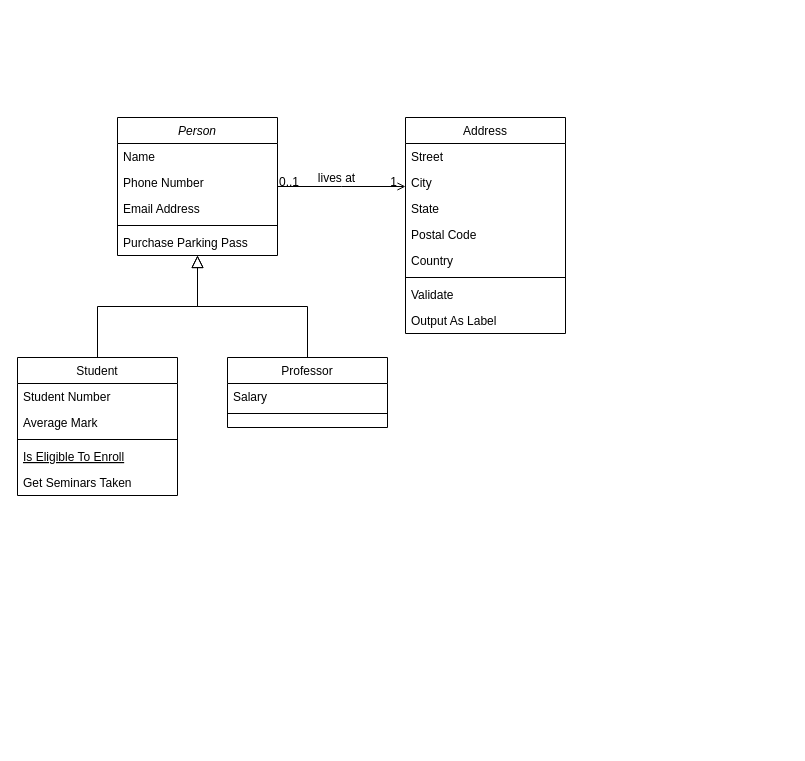
NemirovichMark/Example keeps this draw.io diagram as Диаграмма без названия.drawio. Above is the earlier version. Source tidied: cells renumbered, new cells numbered last; positions are measured from the earlier drawing's top-left corner, leaving out a move shared by most shapes. Both pictures are drawn from the tidied source at 100%, with x=0, y=0 at pixel (17, 117).
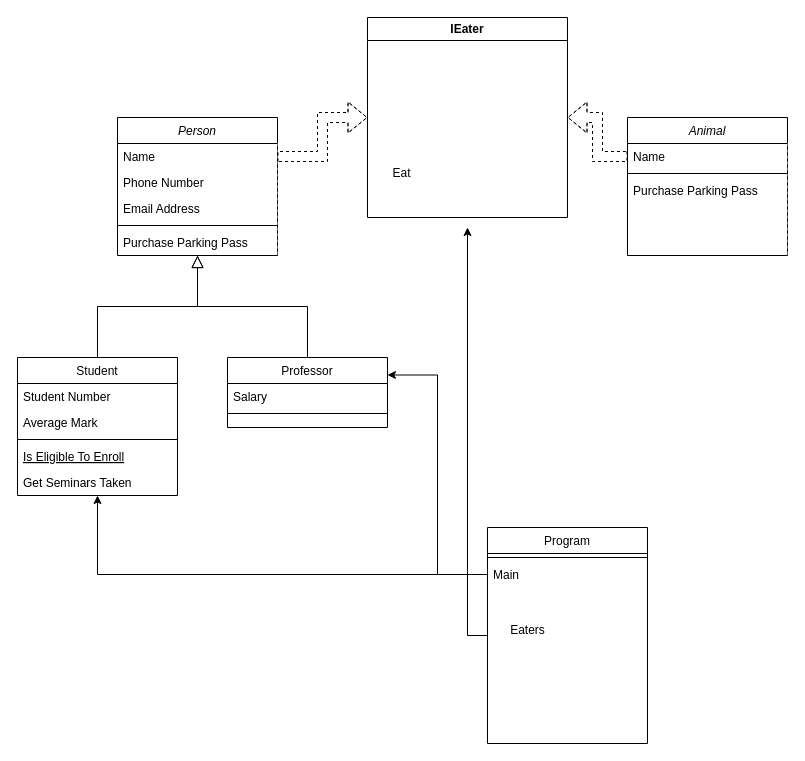
The same page after the edit.

Commit message:
Обновление Диаграмма class.drawio

Unchanged cells that the change refers to:
```xml
<mxCell id="3" value="Name" style="text;align=left;verticalAlign=top;spacingLeft=4;spacingRight=4;overflow=hidden;points=[[0,0.5],[1,0.5]];portConstraint=eastwest;" parent="2" vertex="1">
  <mxGeometry y="26" width="160" height="26" as="geometry" />
</mxCell>
<mxCell id="8" value="Student" style="swimlane;fontStyle=0;align=center;verticalAlign=top;horizontal=1;startSize=26;rounded=0;shadow=0;strokeWidth=1;" parent="1" vertex="1">
  <mxGeometry y="240" width="160" height="138" as="geometry" />
</mxCell>
<mxCell id="15" value="Professor" style="swimlane;fontStyle=0;align=center;verticalAlign=top;horizontal=1;startSize=26;rounded=0;shadow=0;strokeWidth=1;" parent="1" vertex="1">
  <mxGeometry x="210" y="240" width="160" height="70" as="geometry" />
</mxCell>
```

Change to the diagram source:
```diff
@@
-    <mxCell id="2" value="Person" style="swimlane;fontStyle=2;align=center;verticalAlign=top;horizontal=1;startSize=26;rounded=0;shadow=0;strokeWidth=1;" parent="1" vertex="1">
+    <mxCell id="2" value="Person" style="swimlane;fontStyle=2;align=center;verticalAlign=top;horizontal=1;startSize=26;rounded=0;shadow=0;strokeWidth=1;separatorColor=#666666;" parent="1" vertex="1">
       <mxGeometry x="100" width="160" height="138" as="geometry" />
     </mxCell>
@@
+    <mxCell id="32" style="edgeStyle=orthogonalEdgeStyle;rounded=0;jettySize=auto;html=1;" parent="1" edge="1" source="19">
+      <mxGeometry relative="1" as="geometry">
+        <mxPoint x="450" y="110" as="targetPoint" />
+      </mxGeometry>
+    </mxCell>
-    <mxCell id="19" value="Address" style="swimlane;fontStyle=0;align=center;verticalAlign=top;horizontal=1;startSize=26;rounded=0;shadow=0;strokeWidth=1;" parent="1" vertex="1">
-      <mxGeometry x="388" width="160" height="216" as="geometry" />
+    <mxCell id="19" value="Program" style="swimlane;fontStyle=0;align=center;verticalAlign=top;horizontal=1;startSize=26;rounded=0;shadow=0;strokeWidth=1;" parent="1" vertex="1">
+      <mxGeometry x="470" y="410" width="160" height="216" as="geometry" />
     </mxCell>
-    <mxCell id="20" value="Street" style="text;align=left;verticalAlign=top;spacingLeft=4;spacingRight=4;overflow=hidden;" parent="19" vertex="1">
-      <mxGeometry y="26" width="160" height="26" as="geometry" />
-    </mxCell>
-    <mxCell id="21" value="City" style="text;align=left;verticalAlign=top;spacingLeft=4;spacingRight=4;overflow=hidden;rounded=0;shadow=0;html=0;" parent="19" vertex="1">
-      <mxGeometry y="52" width="160" height="26" as="geometry" />
-    </mxCell>
-    <mxCell id="22" value="State" style="text;align=left;verticalAlign=top;spacingLeft=4;spacingRight=4;overflow=hidden;rounded=0;shadow=0;html=0;" parent="19" vertex="1">
-      <mxGeometry y="78" width="160" height="26" as="geometry" />
-    </mxCell>
-    <mxCell id="23" value="Postal Code" style="text;align=left;verticalAlign=top;spacingLeft=4;spacingRight=4;overflow=hidden;rounded=0;shadow=0;html=0;" parent="19" vertex="1">
-      <mxGeometry y="104" width="160" height="26" as="geometry" />
-    </mxCell>
-    <mxCell id="24" value="Country" style="text;align=left;verticalAlign=top;spacingLeft=4;spacingRight=4;overflow=hidden;rounded=0;shadow=0;html=0;" parent="19" vertex="1">
-      <mxGeometry y="130" width="160" height="26" as="geometry" />
-    </mxCell>
     <mxCell id="25" style="line;html=1;strokeWidth=1;align=left;verticalAlign=middle;spacingTop=-1;spacingLeft=3;spacingRight=3;labelPosition=right;" parent="19" vertex="1">
-      <mxGeometry y="156" width="160" height="8" as="geometry" />
+      <mxGeometry y="26" width="160" height="8" as="geometry" />
     </mxCell>
-    <mxCell id="26" value="Validate" style="text;align=left;verticalAlign=top;spacingLeft=4;spacingRight=4;overflow=hidden;points=[[0,0.5],[1,0.5]];portConstraint=eastwest;" parent="19" vertex="1">
-      <mxGeometry y="164" width="160" height="26" as="geometry" />
+    <mxCell id="26" value="Main" style="text;align=left;verticalAlign=top;spacingLeft=4;spacingRight=4;overflow=hidden;points=[[0,0.5],[1,0.5]];portConstraint=eastwest;" parent="19" vertex="1">
+      <mxGeometry y="34" width="160" height="26" as="geometry" />
     </mxCell>
-    <mxCell id="27" value="Output As Label" style="text;align=left;verticalAlign=top;spacingLeft=4;spacingRight=4;overflow=hidden;" parent="19" vertex="1">
-      <mxGeometry y="190" width="160" height="26" as="geometry" />
-    </mxCell>
-    <mxCell id="28" style="endArrow=open;shadow=0;strokeWidth=1;rounded=0;curved=0;endFill=1;edgeStyle=elbowEdgeStyle;elbow=vertical;" parent="1" edge="1" source="2" target="19">
-      <mxGeometry x="0.5" y="41" relative="1" as="geometry">
-        <mxPoint x="-40" y="32" as="offset" />
-      </mxGeometry>
-    </mxCell>
-    <mxCell id="29" value="0..1" style="align=left;verticalAlign=bottom;labelBackgroundColor=none;fontSize=12;" parent="28" vertex="1">
-      <mxGeometry x="-1" relative="1" as="geometry">
-        <mxPoint y="4" as="offset" />
-      </mxGeometry>
-    </mxCell>
-    <mxCell id="30" value="1" style="align=right;verticalAlign=bottom;labelBackgroundColor=none;fontSize=12;" parent="28" vertex="1">
-      <mxGeometry x="1" relative="1" as="geometry">
-        <mxPoint x="-7" y="4" as="offset" />
-      </mxGeometry>
-    </mxCell>
-    <mxCell id="31" value="lives at" style="text;html=1;align=center;verticalAlign=middle;labelBackgroundColor=none;rounded=0;shadow=0;strokeWidth=1;fontSize=12;" parent="28" vertex="1">
-      <mxGeometry x="0.5" y="49" relative="1" as="geometry">
-        <mxPoint x="-38" y="40" as="offset" />
-      </mxGeometry>
-    </mxCell>
+    <mxCell id="33" style="edgeStyle=orthogonalEdgeStyle;rounded=0;jettySize=auto;html=1;" parent="1" edge="1" source="26" target="8">
+      <mxGeometry relative="1" as="geometry" />
+    </mxCell>
+    <mxCell id="34" style="edgeStyle=orthogonalEdgeStyle;rounded=0;jettySize=auto;html=1;entryX=1;entryY=0.25;entryDx=0;entryDy=0;" parent="1" edge="1" source="26" target="15">
+      <mxGeometry relative="1" as="geometry" />
+    </mxCell>
+    <mxCell id="35" value="IEater" style="swimlane;whiteSpace=wrap;html=1;" parent="1" vertex="1">
+      <mxGeometry x="350" y="-100" width="200" height="200" as="geometry" />
+    </mxCell>
+    <mxCell id="36" value="Eat" style="text;html=1;align=center;verticalAlign=middle;strokeColor=none;fillColor=none;" parent="35" vertex="1">
+      <mxGeometry x="14" y="141" width="40" height="30" as="geometry" />
+    </mxCell>
+    <mxCell id="37" style="edgeStyle=orthogonalEdgeStyle;rounded=0;jettySize=auto;html=1;entryX=0;entryY=0.5;entryDx=0;entryDy=0;shape=flexArrow;dashed=1;" parent="1" edge="1" source="3" target="35">
+      <mxGeometry relative="1" as="geometry" />
+    </mxCell>
+    <mxCell id="38" value="Animal" style="swimlane;fontStyle=2;align=center;verticalAlign=top;horizontal=1;startSize=26;rounded=0;shadow=0;strokeWidth=1;separatorColor=#666666;" parent="1" vertex="1">
+      <mxGeometry x="610" width="160" height="138" as="geometry" />
+    </mxCell>
+    <mxCell id="39" value="Name" style="text;align=left;verticalAlign=top;spacingLeft=4;spacingRight=4;overflow=hidden;points=[[0,0.5],[1,0.5]];portConstraint=eastwest;rounded=0;shadow=0;html=0;" parent="38" vertex="1">
+      <mxGeometry y="26" width="160" height="26" as="geometry" />
+    </mxCell>
+    <mxCell id="40" style="line;html=1;strokeWidth=1;align=left;verticalAlign=middle;spacingTop=-1;spacingLeft=3;spacingRight=3;labelPosition=right;" parent="38" vertex="1">
+      <mxGeometry y="52" width="160" height="8" as="geometry" />
+    </mxCell>
+    <mxCell id="41" value="Purchase Parking Pass" style="text;align=left;verticalAlign=top;spacingLeft=4;spacingRight=4;overflow=hidden;" parent="38" vertex="1">
+      <mxGeometry y="60" width="160" height="26" as="geometry" />
+    </mxCell>
+    <mxCell id="42" style="edgeStyle=orthogonalEdgeStyle;rounded=0;jettySize=auto;html=1;entryX=1;entryY=0.5;entryDx=0;entryDy=0;dashed=1;shape=flexArrow;" parent="1" edge="1" source="39" target="35">
+      <mxGeometry relative="1" as="geometry" />
+    </mxCell>
+    <mxCell id="43" value="Eaters" style="text;html=1;align=center;verticalAlign=middle;strokeColor=none;fillColor=none;" parent="1" vertex="1">
+      <mxGeometry x="480" y="498" width="60" height="30" as="geometry" />
+    </mxCell>
```
